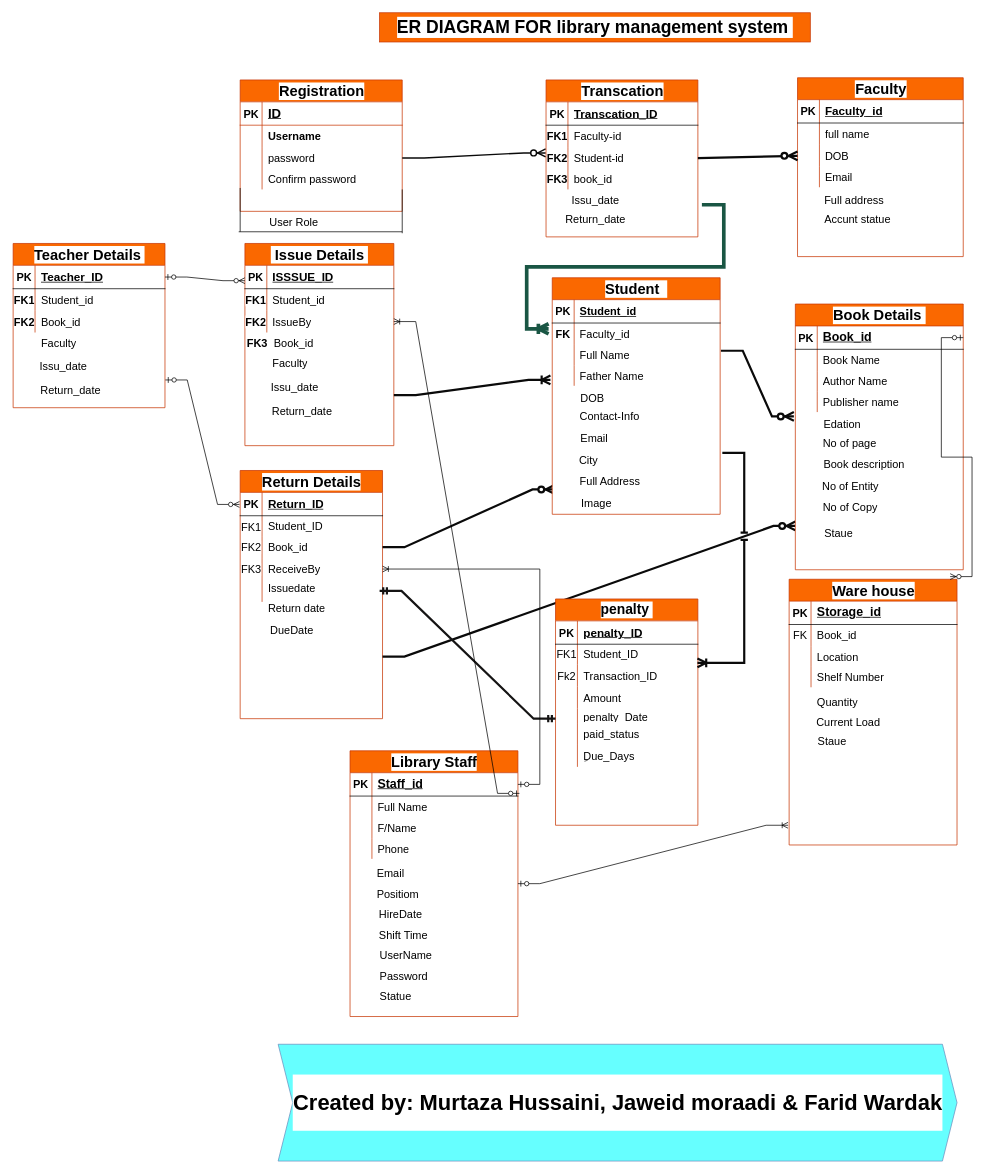
Before: ER-Diagram-Library-management-System.drawio in hussaini021/Library_management, a draw.io diagram. Source tidied: cells renumbered, new cells numbered last; positions are measured from the earlier drawing's top-left corner, leaving out a move shared by most shapes. Both pictures are drawn from the tidied source at 73%, with x=0, y=0 at pixel (12, 12).
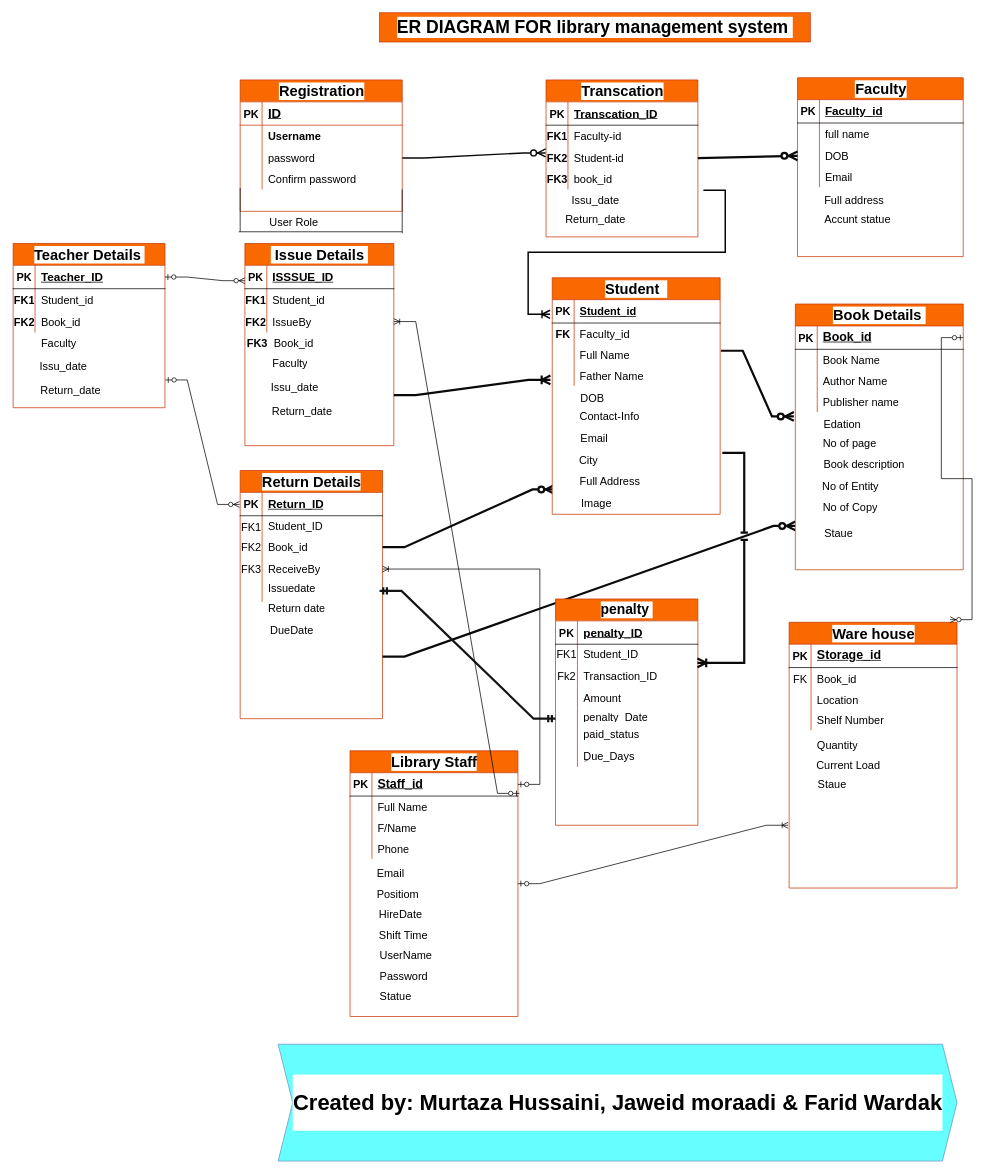
Above is the later version.

The change refers to these unchanged cells:
```xml
<mxCell id="81" style="shape=tableRow;horizontal=0;startSize=0;swimlaneHead=0;swimlaneBody=0;fillColor=none;points=[[0,0.5],[1,0.5]];portConstraint=eastwest;top=0;left=0;right=0;bottom=0;labelBackgroundColor=#FFFFFF;fontSize=15;" parent="74" vertex="1">
  <mxGeometry y="92" width="204" height="30" as="geometry" />
</mxCell>
<mxCell id="194" style="shape=tableRow;horizontal=0;startSize=0;swimlaneHead=0;swimlaneBody=0;fillColor=none;points=[[0,0.5],[1,0.5]];portConstraint=eastwest;top=0;left=0;right=0;bottom=1;labelBackgroundColor=#FFFFFF;fontSize=15;" parent="193" vertex="1">
  <mxGeometry y="30" width="230" height="32" as="geometry" />
</mxCell>
```

What changed in the source:
```diff
@@
-    <mxCell id="127" style="edgeStyle=entityRelationEdgeStyle;fontSize=12;html=1;endArrow=ERoneToMany;startArrow=none;rounded=0;labelBackgroundColor=light-dark(#171616, #121212);verticalAlign=middle;fontFamily=Verdana;labelBorderColor=default;textShadow=0;startFill=0;endSize=8;startSize=8;targetPerimeterSpacing=2;sourcePerimeterSpacing=2;strokeColor=light-dark(#1a5644, #babdc0);jumpStyle=line;strokeWidth=5;fillColor=#cdeb8b;" parent="1" edge="1">
+    <mxCell id="127" style="edgeStyle=entityRelationEdgeStyle;fontSize=12;html=1;endArrow=ERoneToMany;startArrow=none;rounded=0;labelBackgroundColor=light-dark(#171616, #121212);verticalAlign=middle;fontFamily=Verdana;labelBorderColor=default;textShadow=0;startFill=0;endSize=8;startSize=8;targetPerimeterSpacing=2;sourcePerimeterSpacing=2;strokeColor=light-dark(#030303, #babdc0);jumpStyle=line;strokeWidth=2;fillColor=#cdeb8b;" parent="1" edge="1">
       <mxGeometry relative="1" as="geometry">
-        <mxPoint x="944" y="263" as="sourcePoint" />
-        <mxPoint x="734" y="433" as="targetPoint" />
+        <mxPoint x="946" y="243" as="sourcePoint" />
+        <mxPoint x="736" y="413" as="targetPoint" />
         <Array as="points">
-          <mxPoint x="713.5" y="490" />
-          <mxPoint x="624" y="333" />
-          <mxPoint x="684" y="353" />
+          <mxPoint x="715.5" y="470" />
+          <mxPoint x="626" y="313" />
+          <mxPoint x="686" y="333" />
         </Array>
       </mxGeometry>
     </mxCell>
@@
     <mxCell id="173" value="&lt;font style=&quot;font-size: 20px;&quot;&gt;Ware house&lt;/font&gt;" style="shape=table;startSize=30;childLayout=tableLayout;rowLines=0;fontStyle=1;align=center;html=1;labelBackgroundColor=#FFFFFF;swimlaneFillColor=default;fontSize=15;fillColor=#fa6800;fontColor=#000000;strokeColor=#C73500;" parent="1" vertex="1">
-      <mxGeometry x="1063.5" y="776" width="230" height="364" as="geometry" />
+      <mxGeometry x="1063.5" y="835" width="230" height="364" as="geometry" />
     </mxCell>
@@
     <mxCell id="186" value="Quantity" style="shape=partialRectangle;fillColor=none;top=0;left=0;bottom=0;right=0;align=left;spacingLeft=6;overflow=hidden;whiteSpace=wrap;html=1;labelBackgroundColor=#FFFFFF;fontSize=15;" parent="1" vertex="1">
-      <mxGeometry x="1093.5" y="930" width="178" height="28" as="geometry" />
+      <mxGeometry x="1093.5" y="989" width="178" height="28" as="geometry" />
     </mxCell>
     <mxCell id="187" value="Current Load" style="shape=partialRectangle;fillColor=none;top=0;left=0;bottom=0;right=0;align=left;spacingLeft=6;overflow=hidden;whiteSpace=wrap;html=1;labelBackgroundColor=#FFFFFF;fontSize=15;" parent="1" vertex="1">
-      <mxGeometry x="1092.5" y="958" width="178" height="28" as="geometry" />
+      <mxGeometry x="1092.5" y="1017" width="178" height="28" as="geometry" />
     </mxCell>
     <mxCell id="188" value="Staue" style="shape=partialRectangle;fillColor=none;top=0;left=0;bottom=0;right=0;align=left;spacingLeft=6;overflow=hidden;whiteSpace=wrap;html=1;labelBackgroundColor=#FFFFFF;fontSize=15;" parent="1" vertex="1">
-      <mxGeometry x="1095" y="983" width="178" height="28" as="geometry" />
+      <mxGeometry x="1095" y="1042" width="178" height="28" as="geometry" />
     </mxCell>
@@
     <mxCell id="214" style="edgeStyle=entityRelationEdgeStyle;fontSize=12;html=1;endArrow=ERoneToMany;startArrow=ERzeroToOne;rounded=0;exitX=1.009;exitY=0.885;exitDx=0;exitDy=0;exitPerimeter=0;entryX=1;entryY=0.5;entryDx=0;entryDy=0;" parent="1" edge="1" source="194" target="81">
       <mxGeometry relative="1" as="geometry">
         <Array as="points">
+          <mxPoint x="472" y="1013" />
           <mxPoint x="552" y="914" />
         </Array>
       </mxGeometry>
     </mxCell>
```
